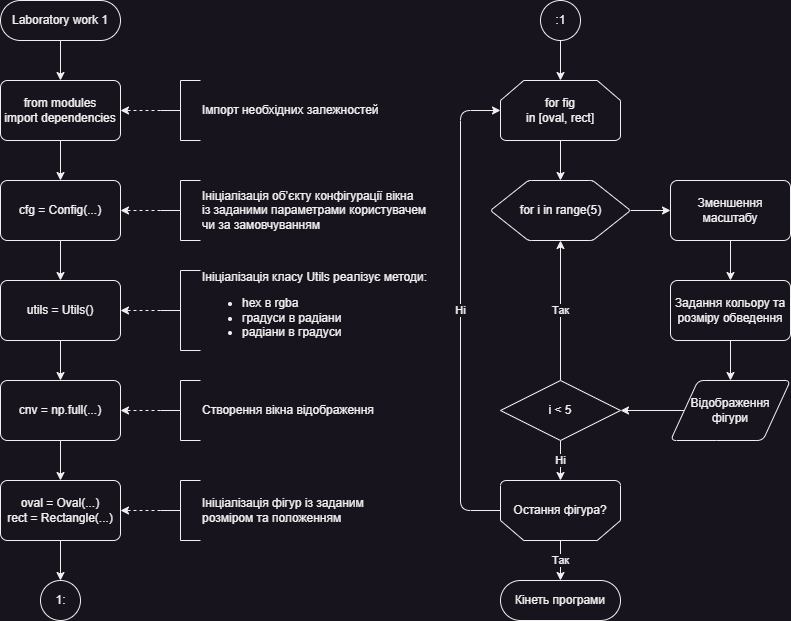
This is Laboratory work 1/Flow-chart.drawio.png from mrBurg/Computer-Vision-Technologies, a draw.io export, as it was before one commit. Source tidied: cells renumbered, new cells last; positions are measured from the earlier drawing's top-left corner, leaving out a move shared by most shapes. The source it was exported from:
```xml
<mxGraphModel>
  <root>
    <mxCell id="0" />
    <mxCell id="1" parent="0" />
    <mxCell id="2" style="edgeStyle=orthogonalEdgeStyle;rounded=1;jettySize=auto;html=1;" parent="1" edge="1" source="3" target="6">
      <mxGeometry relative="1" as="geometry" />
    </mxCell>
    <mxCell id="3" value="&lt;div&gt;Laboratory work 1&lt;/div&gt;" style="rounded=1;whiteSpace=wrap;html=1;arcSize=50;strokeWidth=1;" parent="1" vertex="1">
      <mxGeometry width="120" height="40" as="geometry" />
    </mxCell>
    <mxCell id="4" value="1:" style="verticalLabelPosition=middle;verticalAlign=middle;html=1;shape=mxgraph.flowchart.on-page_reference;labelBackgroundColor=none;labelBorderColor=none;spacing=2;direction=east;flipV=0;flipH=0;labelPosition=center;align=center;rounded=1;" parent="1" vertex="1">
      <mxGeometry x="40" y="580" width="40" height="40" as="geometry" />
    </mxCell>
    <mxCell id="5" style="edgeStyle=orthogonalEdgeStyle;rounded=1;jettySize=auto;html=1;" parent="1" edge="1" source="6" target="8">
      <mxGeometry relative="1" as="geometry" />
    </mxCell>
    <mxCell id="6" value="from modules&lt;div&gt;import dependencies&lt;br&gt;&lt;/div&gt;" style="rounded=1;whiteSpace=wrap;html=1;absoluteArcSize=1;arcSize=14;strokeWidth=1;" parent="1" vertex="1">
      <mxGeometry y="80" width="120" height="60" as="geometry" />
    </mxCell>
    <mxCell id="7" style="edgeStyle=orthogonalEdgeStyle;rounded=1;jettySize=auto;html=1;" parent="1" edge="1" source="8" target="10">
      <mxGeometry relative="1" as="geometry" />
    </mxCell>
    <mxCell id="8" value="&lt;div&gt;cfg = Config(...)&lt;br&gt;&lt;/div&gt;" style="rounded=1;whiteSpace=wrap;html=1;absoluteArcSize=1;arcSize=14;strokeWidth=1;" parent="1" vertex="1">
      <mxGeometry y="180" width="120" height="60" as="geometry" />
    </mxCell>
    <mxCell id="9" style="edgeStyle=orthogonalEdgeStyle;rounded=1;jettySize=auto;html=1;" parent="1" edge="1" source="10" target="12">
      <mxGeometry relative="1" as="geometry" />
    </mxCell>
    <mxCell id="10" value="&lt;div&gt;utils = Utils()&lt;br&gt;&lt;/div&gt;" style="rounded=1;whiteSpace=wrap;html=1;absoluteArcSize=1;arcSize=14;strokeWidth=1;" parent="1" vertex="1">
      <mxGeometry y="280" width="120" height="60" as="geometry" />
    </mxCell>
    <mxCell id="11" style="edgeStyle=orthogonalEdgeStyle;rounded=1;jettySize=auto;html=1;" parent="1" edge="1" source="12" target="14">
      <mxGeometry relative="1" as="geometry" />
    </mxCell>
    <mxCell id="12" value="&lt;div&gt;cnv = np.full(...)&lt;br&gt;&lt;/div&gt;" style="rounded=1;whiteSpace=wrap;html=1;absoluteArcSize=1;arcSize=14;strokeWidth=1;" parent="1" vertex="1">
      <mxGeometry y="380" width="120" height="60" as="geometry" />
    </mxCell>
    <mxCell id="13" style="edgeStyle=orthogonalEdgeStyle;rounded=1;jettySize=auto;html=1;" parent="1" edge="1" source="14" target="4">
      <mxGeometry relative="1" as="geometry" />
    </mxCell>
    <mxCell id="14" value="&lt;div&gt;&lt;div&gt;oval = Oval(...)&lt;/div&gt;&lt;div&gt;rect = Rectangle(...)&lt;/div&gt;&lt;/div&gt;" style="rounded=1;whiteSpace=wrap;html=1;absoluteArcSize=1;arcSize=14;strokeWidth=1;" parent="1" vertex="1">
      <mxGeometry y="480" width="120" height="60" as="geometry" />
    </mxCell>
    <mxCell id="15" style="edgeStyle=orthogonalEdgeStyle;rounded=1;jettySize=auto;html=1;dashed=1;" parent="1" edge="1" source="16" target="6">
      <mxGeometry relative="1" as="geometry" />
    </mxCell>
    <mxCell id="16" value="Імпорт необхідних залежностей" style="strokeWidth=1;html=1;shape=mxgraph.flowchart.annotation_2;align=left;labelPosition=right;rounded=1;" parent="1" vertex="1">
      <mxGeometry x="160" y="80" width="40" height="60" as="geometry" />
    </mxCell>
    <mxCell id="17" style="edgeStyle=orthogonalEdgeStyle;rounded=1;jettySize=auto;html=1;dashed=1;" parent="1" edge="1" source="18" target="8">
      <mxGeometry relative="1" as="geometry" />
    </mxCell>
    <mxCell id="18" value="&lt;div&gt;Ініціалізація об’єкту&amp;nbsp;&lt;span style=&quot;text-align: center; text-wrap: wrap; background-color: initial;&quot;&gt;конфігурації&amp;nbsp;&lt;/span&gt;&lt;span style=&quot;background-color: initial;&quot;&gt;вікна&lt;/span&gt;&lt;/div&gt;&lt;div&gt;&lt;span style=&quot;background-color: initial;&quot;&gt;із&amp;nbsp;&lt;/span&gt;&lt;span style=&quot;background-color: initial;&quot;&gt;заданими параметрами користувачем&lt;/span&gt;&lt;/div&gt;&lt;div&gt;&lt;span style=&quot;background-color: initial;&quot;&gt;чи&amp;nbsp;&lt;/span&gt;&lt;span style=&quot;background-color: initial;&quot;&gt;за замовчуванням&lt;/span&gt;&lt;/div&gt;" style="strokeWidth=1;html=1;shape=mxgraph.flowchart.annotation_2;align=left;labelPosition=right;rounded=1;" parent="1" vertex="1">
      <mxGeometry x="160" y="180" width="40" height="60" as="geometry" />
    </mxCell>
    <mxCell id="19" style="edgeStyle=orthogonalEdgeStyle;rounded=1;jettySize=auto;html=1;dashed=1;" parent="1" edge="1" source="20" target="10">
      <mxGeometry relative="1" as="geometry" />
    </mxCell>
    <mxCell id="20" value="&lt;div&gt;Ініціалізація класу Utils реалізує методи:&lt;br&gt;&lt;/div&gt;&lt;div&gt;&lt;ul style=&quot;line-height: 14.4px;&quot;&gt;&lt;li&gt;&lt;span style=&quot;background-color: initial;&quot;&gt;hex в rgba&lt;/span&gt;&lt;/li&gt;&lt;li&gt;&lt;span style=&quot;background-color: initial;&quot;&gt;градуси в радіани&lt;/span&gt;&lt;/li&gt;&lt;li&gt;&lt;span style=&quot;background-color: initial;&quot;&gt;радіани в градуси&lt;/span&gt;&lt;/li&gt;&lt;/ul&gt;&lt;/div&gt;" style="strokeWidth=1;html=1;shape=mxgraph.flowchart.annotation_2;align=left;labelPosition=right;rounded=1;" parent="1" vertex="1">
      <mxGeometry x="160" y="270" width="40" height="80" as="geometry" />
    </mxCell>
    <mxCell id="21" style="edgeStyle=orthogonalEdgeStyle;rounded=1;jettySize=auto;html=1;dashed=1;" parent="1" edge="1" source="22" target="14">
      <mxGeometry relative="1" as="geometry" />
    </mxCell>
    <mxCell id="22" value="&lt;div&gt;&lt;span style=&quot;background-color: initial;&quot;&gt;Ініціалізація&amp;nbsp;&lt;/span&gt;фігур із заданим&lt;/div&gt;&lt;div&gt;розміром та положенням&lt;/div&gt;" style="strokeWidth=1;html=1;shape=mxgraph.flowchart.annotation_2;align=left;labelPosition=right;rounded=1;" parent="1" vertex="1">
      <mxGeometry x="160" y="480" width="40" height="60" as="geometry" />
    </mxCell>
    <mxCell id="23" style="edgeStyle=orthogonalEdgeStyle;rounded=1;jettySize=auto;html=1;" parent="1" edge="1" source="24" target="26">
      <mxGeometry relative="1" as="geometry" />
    </mxCell>
    <mxCell id="24" value=":1" style="verticalLabelPosition=middle;verticalAlign=middle;html=1;shape=mxgraph.flowchart.on-page_reference;labelBackgroundColor=none;labelBorderColor=none;spacing=2;direction=east;flipV=0;flipH=0;labelPosition=center;align=center;rounded=1;" parent="1" vertex="1">
      <mxGeometry x="540" width="40" height="40" as="geometry" />
    </mxCell>
    <mxCell id="25" style="edgeStyle=orthogonalEdgeStyle;rounded=1;jettySize=auto;html=1;" parent="1" edge="1" source="26" target="28">
      <mxGeometry relative="1" as="geometry" />
    </mxCell>
    <mxCell id="26" value="&lt;div&gt;for fig&lt;/div&gt;&lt;div&gt;in [oval, rect]&lt;/div&gt;" style="strokeWidth=1;html=1;shape=mxgraph.flowchart.loop_limit;whiteSpace=wrap;rounded=1;" parent="1" vertex="1">
      <mxGeometry x="500" y="80" width="120" height="60" as="geometry" />
    </mxCell>
    <mxCell id="27" style="edgeStyle=orthogonalEdgeStyle;rounded=1;jettySize=auto;html=1;" parent="1" edge="1" source="28" target="30">
      <mxGeometry relative="1" as="geometry" />
    </mxCell>
    <mxCell id="28" value="for i in range(5)" style="verticalLabelPosition=middle;verticalAlign=middle;html=1;shape=hexagon;perimeter=hexagonPerimeter2;arcSize=6;size=0.27;horizontal=1;align=center;labelPosition=center;rounded=1;" parent="1" vertex="1">
      <mxGeometry x="490" y="180" width="140" height="60" as="geometry" />
    </mxCell>
    <mxCell id="29" style="edgeStyle=orthogonalEdgeStyle;rounded=1;jettySize=auto;html=1;" parent="1" edge="1" source="30" target="32">
      <mxGeometry relative="1" as="geometry" />
    </mxCell>
    <mxCell id="30" value="&lt;div&gt;&lt;span lang=&quot;uk&quot; class=&quot;HwtZe&quot;&gt;Зменшення&lt;/span&gt;&lt;/div&gt;&lt;div&gt;&lt;span style=&quot;background-color: initial;&quot;&gt;масштабу&lt;/span&gt;&lt;/div&gt;" style="rounded=1;whiteSpace=wrap;html=1;absoluteArcSize=1;arcSize=14;strokeWidth=1;" parent="1" vertex="1">
      <mxGeometry x="670" y="180" width="120" height="60" as="geometry" />
    </mxCell>
    <mxCell id="31" style="edgeStyle=orthogonalEdgeStyle;rounded=1;jettySize=auto;html=1;" parent="1" edge="1" source="32" target="34">
      <mxGeometry relative="1" as="geometry" />
    </mxCell>
    <mxCell id="32" value="Задання кольору та розміру обведення" style="rounded=1;whiteSpace=wrap;html=1;absoluteArcSize=1;arcSize=14;strokeWidth=1;" parent="1" vertex="1">
      <mxGeometry x="670" y="280" width="120" height="60" as="geometry" />
    </mxCell>
    <mxCell id="33" style="edgeStyle=orthogonalEdgeStyle;rounded=1;jettySize=auto;html=1;" parent="1" edge="1" source="34" target="39">
      <mxGeometry relative="1" as="geometry" />
    </mxCell>
    <mxCell id="34" value="&lt;div&gt;Відображення&lt;/div&gt;&lt;div&gt;фігури&lt;/div&gt;" style="shape=parallelogram;html=1;strokeWidth=1;perimeter=parallelogramPerimeter;whiteSpace=wrap;rounded=1;arcSize=12;size=0.23;" parent="1" vertex="1">
      <mxGeometry x="670" y="380" width="120" height="60" as="geometry" />
    </mxCell>
    <mxCell id="35" style="edgeStyle=orthogonalEdgeStyle;rounded=1;jettySize=auto;html=1;" parent="1" edge="1" source="39" target="28">
      <mxGeometry relative="1" as="geometry" />
    </mxCell>
    <mxCell id="36" value="Так" style="edgeLabel;html=1;align=center;verticalAlign=middle;rounded=1;" parent="35" vertex="1">
      <mxGeometry relative="1" as="geometry" />
    </mxCell>
    <mxCell id="37" style="edgeStyle=orthogonalEdgeStyle;rounded=1;jettySize=auto;html=1;" parent="1" edge="1" source="39" target="44">
      <mxGeometry relative="1" as="geometry" />
    </mxCell>
    <mxCell id="38" value="Ні" style="edgeLabel;html=1;align=center;verticalAlign=middle;rounded=1;" parent="37" vertex="1">
      <mxGeometry relative="1" as="geometry" />
    </mxCell>
    <mxCell id="39" value="&lt;div&gt;i &amp;lt; 5&lt;/div&gt;" style="strokeWidth=1;html=1;shape=mxgraph.flowchart.decision;whiteSpace=wrap;rounded=1;" parent="1" vertex="1">
      <mxGeometry x="500" y="380" width="120" height="60" as="geometry" />
    </mxCell>
    <mxCell id="40" style="edgeStyle=orthogonalEdgeStyle;rounded=1;jettySize=auto;html=1;" parent="1" edge="1" source="44" target="45">
      <mxGeometry relative="1" as="geometry" />
    </mxCell>
    <mxCell id="41" value="Так" style="edgeLabel;html=1;align=center;verticalAlign=middle;rounded=1;" parent="40" vertex="1">
      <mxGeometry relative="1" as="geometry" />
    </mxCell>
    <mxCell id="42" style="edgeStyle=orthogonalEdgeStyle;rounded=1;jettySize=auto;html=1;" parent="1" edge="1" source="44" target="26">
      <mxGeometry relative="1" as="geometry">
        <Array as="points">
          <mxPoint x="460" y="510" />
          <mxPoint x="460" y="110" />
        </Array>
      </mxGeometry>
    </mxCell>
    <mxCell id="43" value="Ні" style="edgeLabel;html=1;align=center;verticalAlign=middle;rounded=1;" parent="42" vertex="1">
      <mxGeometry relative="1" as="geometry" />
    </mxCell>
    <mxCell id="44" value="Остання фігура?" style="strokeWidth=1;shape=mxgraph.flowchart.loop_limit;rotation=0;html=1;whiteSpace=wrap;labelBorderColor=none;labelBackgroundColor=none;fontColor=default;direction=west;rounded=1;" parent="1" vertex="1">
      <mxGeometry x="500" y="480" width="120" height="60" as="geometry" />
    </mxCell>
    <mxCell id="45" value="Кінеть програми" style="rounded=1;whiteSpace=wrap;html=1;arcSize=50;strokeWidth=1;" parent="1" vertex="1">
      <mxGeometry x="500" y="580" width="120" height="40" as="geometry" />
    </mxCell>
    <mxCell id="46" style="edgeStyle=orthogonalEdgeStyle;rounded=1;jettySize=auto;html=1;dashed=1;" parent="1" edge="1" source="47" target="12">
      <mxGeometry relative="1" as="geometry" />
    </mxCell>
    <mxCell id="47" value="&lt;div&gt;Створення вікна відображення&lt;/div&gt;" style="strokeWidth=1;html=1;shape=mxgraph.flowchart.annotation_2;align=left;labelPosition=right;rounded=1;" parent="1" vertex="1">
      <mxGeometry x="160" y="380" width="40" height="60" as="geometry" />
    </mxCell>
  </root>
</mxGraphModel>
```
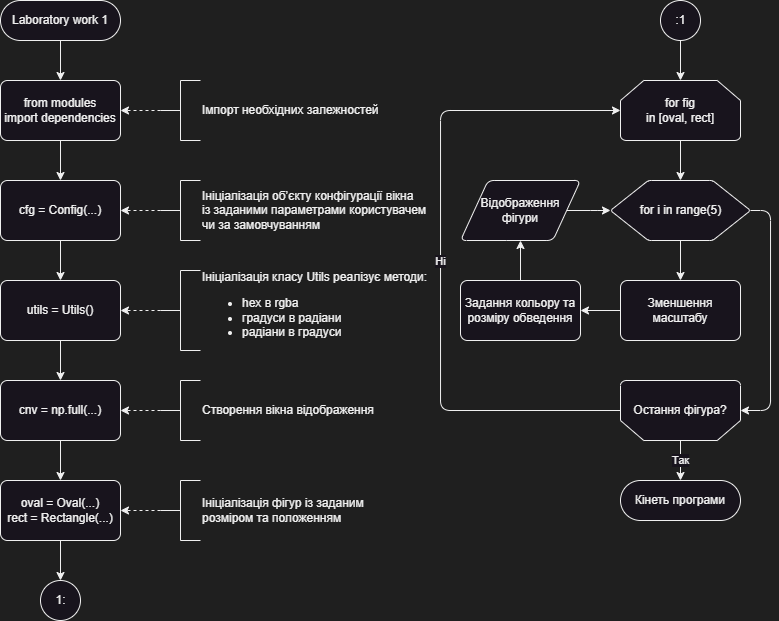
Later version of the same file.

Commit message:
Added flow chart

What changed in the source:
```diff
@@ -1,4 +1,4 @@
-<mxGraphModel>
+<mxGraphModel background="#1f1f1f">
   <root>
     <mxCell id="0" />
     <mxCell id="1" parent="0" />
@@ -69,53 +69,46 @@
       <mxGeometry relative="1" as="geometry" />
     </mxCell>
     <mxCell id="24" value=":1" style="verticalLabelPosition=middle;verticalAlign=middle;html=1;shape=mxgraph.flowchart.on-page_reference;labelBackgroundColor=none;labelBorderColor=none;spacing=2;direction=east;flipV=0;flipH=0;labelPosition=center;align=center;rounded=1;" parent="1" vertex="1">
-      <mxGeometry x="540" width="40" height="40" as="geometry" />
+      <mxGeometry x="660" width="40" height="40" as="geometry" />
     </mxCell>
     <mxCell id="25" style="edgeStyle=orthogonalEdgeStyle;rounded=1;jettySize=auto;html=1;" parent="1" edge="1" source="26" target="28">
       <mxGeometry relative="1" as="geometry" />
     </mxCell>
     <mxCell id="26" value="&lt;div&gt;for fig&lt;/div&gt;&lt;div&gt;in [oval, rect]&lt;/div&gt;" style="strokeWidth=1;html=1;shape=mxgraph.flowchart.loop_limit;whiteSpace=wrap;rounded=1;" parent="1" vertex="1">
-      <mxGeometry x="500" y="80" width="120" height="60" as="geometry" />
+      <mxGeometry x="620" y="80" width="120" height="60" as="geometry" />
     </mxCell>
     <mxCell id="27" style="edgeStyle=orthogonalEdgeStyle;rounded=1;jettySize=auto;html=1;" parent="1" edge="1" source="28" target="30">
       <mxGeometry relative="1" as="geometry" />
     </mxCell>
+    <mxCell id="48" style="edgeStyle=orthogonalEdgeStyle;rounded=1;jettySize=auto;html=1;" parent="1" edge="1" source="28" target="44">
+      <mxGeometry relative="1" as="geometry">
+        <Array as="points">
+          <mxPoint x="770" y="210" />
+          <mxPoint x="770" y="410" />
+        </Array>
+      </mxGeometry>
+    </mxCell>
     <mxCell id="28" value="for i in range(5)" style="verticalLabelPosition=middle;verticalAlign=middle;html=1;shape=hexagon;perimeter=hexagonPerimeter2;arcSize=6;size=0.27;horizontal=1;align=center;labelPosition=center;rounded=1;" parent="1" vertex="1">
-      <mxGeometry x="490" y="180" width="140" height="60" as="geometry" />
+      <mxGeometry x="610" y="180" width="140" height="60" as="geometry" />
     </mxCell>
     <mxCell id="29" style="edgeStyle=orthogonalEdgeStyle;rounded=1;jettySize=auto;html=1;" parent="1" edge="1" source="30" target="32">
       <mxGeometry relative="1" as="geometry" />
     </mxCell>
     <mxCell id="30" value="&lt;div&gt;&lt;span lang=&quot;uk&quot; class=&quot;HwtZe&quot;&gt;Зменшення&lt;/span&gt;&lt;/div&gt;&lt;div&gt;&lt;span style=&quot;background-color: initial;&quot;&gt;масштабу&lt;/span&gt;&lt;/div&gt;" style="rounded=1;whiteSpace=wrap;html=1;absoluteArcSize=1;arcSize=14;strokeWidth=1;" parent="1" vertex="1">
-      <mxGeometry x="670" y="180" width="120" height="60" as="geometry" />
+      <mxGeometry x="620" y="280" width="120" height="60" as="geometry" />
     </mxCell>
     <mxCell id="31" style="edgeStyle=orthogonalEdgeStyle;rounded=1;jettySize=auto;html=1;" parent="1" edge="1" source="32" target="34">
       <mxGeometry relative="1" as="geometry" />
     </mxCell>
     <mxCell id="32" value="Задання кольору та розміру обведення" style="rounded=1;whiteSpace=wrap;html=1;absoluteArcSize=1;arcSize=14;strokeWidth=1;" parent="1" vertex="1">
-      <mxGeometry x="670" y="280" width="120" height="60" as="geometry" />
+      <mxGeometry x="460" y="280" width="120" height="60" as="geometry" />
     </mxCell>
-    <mxCell id="33" style="edgeStyle=orthogonalEdgeStyle;rounded=1;jettySize=auto;html=1;" parent="1" edge="1" source="34" target="39">
-      <mxGeometry relative="1" as="geometry" />
-    </mxCell>
+    <mxCell id="49" style="edgeStyle=orthogonalEdgeStyle;rounded=1;jettySize=auto;html=1;" parent="1" edge="1" source="34" target="28">
+      <mxGeometry relative="1" as="geometry" />
+    </mxCell>
     <mxCell id="34" value="&lt;div&gt;Відображення&lt;/div&gt;&lt;div&gt;фігури&lt;/div&gt;" style="shape=parallelogram;html=1;strokeWidth=1;perimeter=parallelogramPerimeter;whiteSpace=wrap;rounded=1;arcSize=12;size=0.23;" parent="1" vertex="1">
-      <mxGeometry x="670" y="380" width="120" height="60" as="geometry" />
+      <mxGeometry x="460" y="180" width="120" height="60" as="geometry" />
     </mxCell>
-    <mxCell id="35" style="edgeStyle=orthogonalEdgeStyle;rounded=1;jettySize=auto;html=1;" parent="1" edge="1" source="39" target="28">
-      <mxGeometry relative="1" as="geometry" />
-    </mxCell>
-    <mxCell id="36" value="Так" style="edgeLabel;html=1;align=center;verticalAlign=middle;rounded=1;" parent="35" vertex="1">
-      <mxGeometry relative="1" as="geometry" />
-    </mxCell>
-    <mxCell id="37" style="edgeStyle=orthogonalEdgeStyle;rounded=1;jettySize=auto;html=1;" parent="1" edge="1" source="39" target="44">
-      <mxGeometry relative="1" as="geometry" />
-    </mxCell>
-    <mxCell id="38" value="Ні" style="edgeLabel;html=1;align=center;verticalAlign=middle;rounded=1;" parent="37" vertex="1">
-      <mxGeometry relative="1" as="geometry" />
-    </mxCell>
-    <mxCell id="39" value="&lt;div&gt;i &amp;lt; 5&lt;/div&gt;" style="strokeWidth=1;html=1;shape=mxgraph.flowchart.decision;whiteSpace=wrap;rounded=1;" parent="1" vertex="1">
-      <mxGeometry x="500" y="380" width="120" height="60" as="geometry" />
-    </mxCell>
     <mxCell id="40" style="edgeStyle=orthogonalEdgeStyle;rounded=1;jettySize=auto;html=1;" parent="1" edge="1" source="44" target="45">
       <mxGeometry relative="1" as="geometry" />
     </mxCell>
@@ -125,19 +118,19 @@
     <mxCell id="42" style="edgeStyle=orthogonalEdgeStyle;rounded=1;jettySize=auto;html=1;" parent="1" edge="1" source="44" target="26">
       <mxGeometry relative="1" as="geometry">
         <Array as="points">
-          <mxPoint x="460" y="510" />
-          <mxPoint x="460" y="110" />
+          <mxPoint x="440" y="410" />
+          <mxPoint x="440" y="110" />
         </Array>
       </mxGeometry>
     </mxCell>
-    <mxCell id="43" value="Ні" style="edgeLabel;html=1;align=center;verticalAlign=middle;rounded=1;" parent="42" vertex="1">
-      <mxGeometry relative="1" as="geometry" />
-    </mxCell>
+    <mxCell id="50" value="Ні" style="edgeLabel;html=1;align=center;verticalAlign=middle;rounded=1;" parent="42" vertex="1">
+      <mxGeometry relative="1" as="geometry" />
+    </mxCell>
     <mxCell id="44" value="Остання фігура?" style="strokeWidth=1;shape=mxgraph.flowchart.loop_limit;rotation=0;html=1;whiteSpace=wrap;labelBorderColor=none;labelBackgroundColor=none;fontColor=default;direction=west;rounded=1;" parent="1" vertex="1">
-      <mxGeometry x="500" y="480" width="120" height="60" as="geometry" />
+      <mxGeometry x="620" y="380" width="120" height="60" as="geometry" />
     </mxCell>
     <mxCell id="45" value="Кінеть програми" style="rounded=1;whiteSpace=wrap;html=1;arcSize=50;strokeWidth=1;" parent="1" vertex="1">
-      <mxGeometry x="500" y="580" width="120" height="40" as="geometry" />
+      <mxGeometry x="620" y="480" width="120" height="40" as="geometry" />
     </mxCell>
     <mxCell id="46" style="edgeStyle=orthogonalEdgeStyle;rounded=1;jettySize=auto;html=1;dashed=1;" parent="1" edge="1" source="47" target="12">
       <mxGeometry relative="1" as="geometry" />
```
